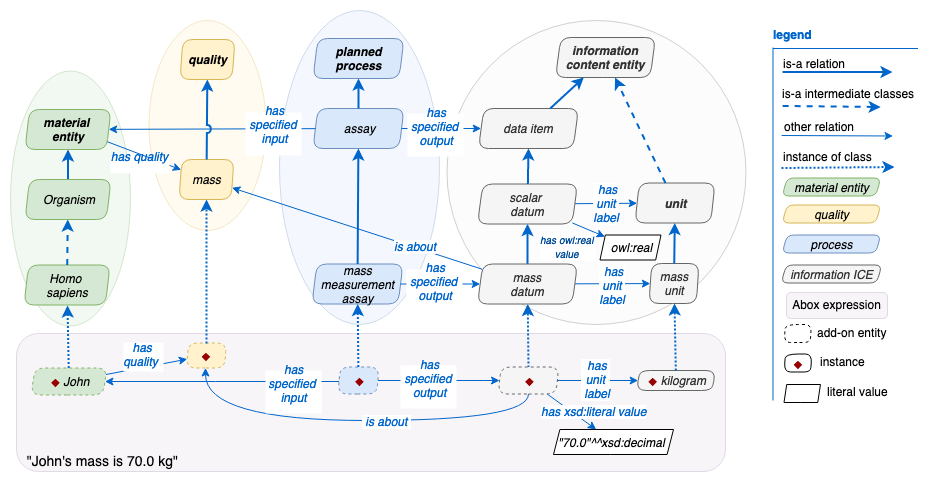
Above: assets/images/docs/data_john_mass_context_dp.png in obi-ontology/obi-ontology.org (draw.io), before the change. Source tidied: cells renumbered, new cells last; positions are measured from the earlier drawing's top-left corner, leaving out a move shared by most shapes.
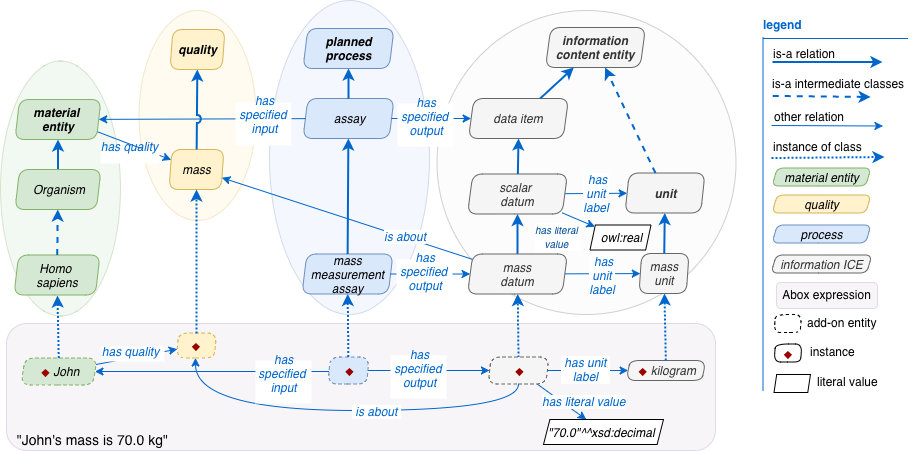
Later version of the same file.

Change to the diagram source:
```diff
@@ -15,7 +15,7 @@
       <mxGeometry y="60" width="120" height="255" as="geometry" />
     </mxCell>
     <mxCell id="6" value="&lt;div style=&quot;text-align: left&quot;&gt;&lt;font style=&quot;font-size: 14px&quot;&gt;&amp;nbsp; &lt;font&gt;&quot;John's mass is 70.0 kg&lt;/font&gt;&lt;font&gt;&quot;&lt;/font&gt;&lt;/font&gt;&lt;/div&gt;" style="rounded=1;whiteSpace=wrap;html=1;shadow=0;comic=0;strokeColor=#9673a6;fillColor=#e1d5e7;fontSize=12;opacity=25;arcSize=16;align=left;verticalAlign=bottom;strokeWidth=1;" parent="1" vertex="1">
-      <mxGeometry x="6" y="323" width="709" height="138" as="geometry" />
+      <mxGeometry x="6" y="323" width="709" height="127" as="geometry" />
     </mxCell>
     <mxCell id="7" style="edgeStyle=orthogonalEdgeStyle;rounded=0;html=1;entryX=0;entryY=0.5;jettySize=auto;strokeColor=#0066CC;fontSize=18;strokeWidth=1;" parent="1" edge="1" source="15" target="14">
       <mxGeometry relative="1" as="geometry" />
@@ -44,7 +44,7 @@
     <mxCell id="12" style="rounded=0;html=1;jettySize=auto;strokeColor=#0066CC;strokeWidth=1;fontSize=12;fontColor=#0066CC;" parent="1" edge="1" source="14" target="95">
       <mxGeometry relative="1" as="geometry" />
     </mxCell>
-    <mxCell id="13" value="has xsd:literal value" style="text;html=1;align=center;verticalAlign=middle;labelBackgroundColor=#ffffff;fontSize=12;fontColor=#0066CC;fontStyle=2;" parent="12" vertex="1">
+    <mxCell id="13" value="has literal value" style="text;html=1;align=center;verticalAlign=middle;labelBackgroundColor=#ffffff;fontSize=12;fontColor=#0066CC;fontStyle=2;" parent="12" vertex="1">
       <mxGeometry x="0.33" y="1" relative="1" as="geometry">
         <mxPoint x="13" y="-6" as="offset" />
       </mxGeometry>
@@ -98,7 +98,7 @@
     <mxCell id="27" style="rounded=0;html=1;jettySize=auto;strokeColor=#0066CC;strokeWidth=1;fontSize=12;fontColor=#0066CC;" parent="1" edge="1" source="14" target="26">
       <mxGeometry relative="1" as="geometry" />
     </mxCell>
-    <mxCell id="28" value="&amp;nbsp;has&lt;br&gt;unit&lt;br&gt;&amp;nbsp;label" style="text;html=1;align=center;verticalAlign=middle;labelBackgroundColor=#ffffff;fontSize=12;fontColor=#0066CC;fontStyle=2;" parent="27" vertex="1">
+    <mxCell id="28" value="&amp;nbsp;has unit&amp;nbsp;&lt;br&gt;label" style="text;html=1;align=center;verticalAlign=middle;labelBackgroundColor=#ffffff;fontSize=12;fontColor=#0066CC;fontStyle=2;" parent="27" vertex="1">
       <mxGeometry x="0.33" y="1" relative="1" as="geometry">
         <mxPoint x="-16" y="-1" as="offset" />
       </mxGeometry>
@@ -194,7 +194,7 @@
     <mxCell id="55" style="rounded=0;html=1;jettySize=auto;strokeColor=#0066CC;strokeWidth=1;fontSize=12;fontColor=#0066CC;" parent="1" edge="1" source="53" target="57">
       <mxGeometry relative="1" as="geometry" />
     </mxCell>
-    <mxCell id="56" value="&lt;font color=&quot;#004c99&quot; style=&quot;font-size: 10px&quot;&gt;&lt;i&gt;has owl:real &lt;br&gt;value&amp;nbsp;&lt;/i&gt;&lt;/font&gt;" style="text;html=1;align=center;verticalAlign=middle;labelBackgroundColor=#ffffff;fontColor=#CC6600;" parent="55" vertex="1">
+    <mxCell id="56" value="&lt;font color=&quot;#004c99&quot; style=&quot;font-size: 10px&quot;&gt;&lt;i&gt;has literal&amp;nbsp;&lt;br&gt;value&amp;nbsp;&lt;/i&gt;&lt;/font&gt;" style="text;html=1;align=center;verticalAlign=middle;labelBackgroundColor=#ffffff;fontColor=#CC6600;" parent="55" vertex="1">
       <mxGeometry x="0.1" y="-2" relative="1" as="geometry">
         <mxPoint x="-21" y="13.5" as="offset" />
       </mxGeometry>
@@ -221,9 +221,9 @@
     <mxCell id="62" style="html=1;jettySize=auto;strokeColor=#0066CC;fontSize=18;strokeWidth=1;" parent="1" edge="1" source="16" target="23">
       <mxGeometry relative="1" as="geometry" />
     </mxCell>
-    <mxCell id="63" value="has &#10;quality " style="text;align=center;verticalAlign=middle;labelBackgroundColor=#ffffff;fontSize=12;fontStyle=2;horizontal=1;fontColor=#0066CC;" parent="62" vertex="1">
+    <mxCell id="63" value="has quality " style="text;align=center;verticalAlign=middle;labelBackgroundColor=#ffffff;fontSize=12;fontStyle=2;horizontal=1;fontColor=#0066CC;" parent="62" vertex="1">
       <mxGeometry x="-0.19" y="-1" relative="1" as="geometry">
-        <mxPoint x="3.5" y="-14" as="offset" />
+        <mxPoint x="3.5" y="-7" as="offset" />
       </mxGeometry>
     </mxCell>
     <mxCell id="64" value="&lt;i&gt;is about&lt;/i&gt;&lt;br&gt;" style="edgeStyle=none;rounded=0;html=1;jettySize=auto;strokeColor=#0066CC;strokeWidth=1;fontSize=12;fontColor=#0066CC;line-height:.6rem;" parent="1" edge="1" source="96" target="24">
```
